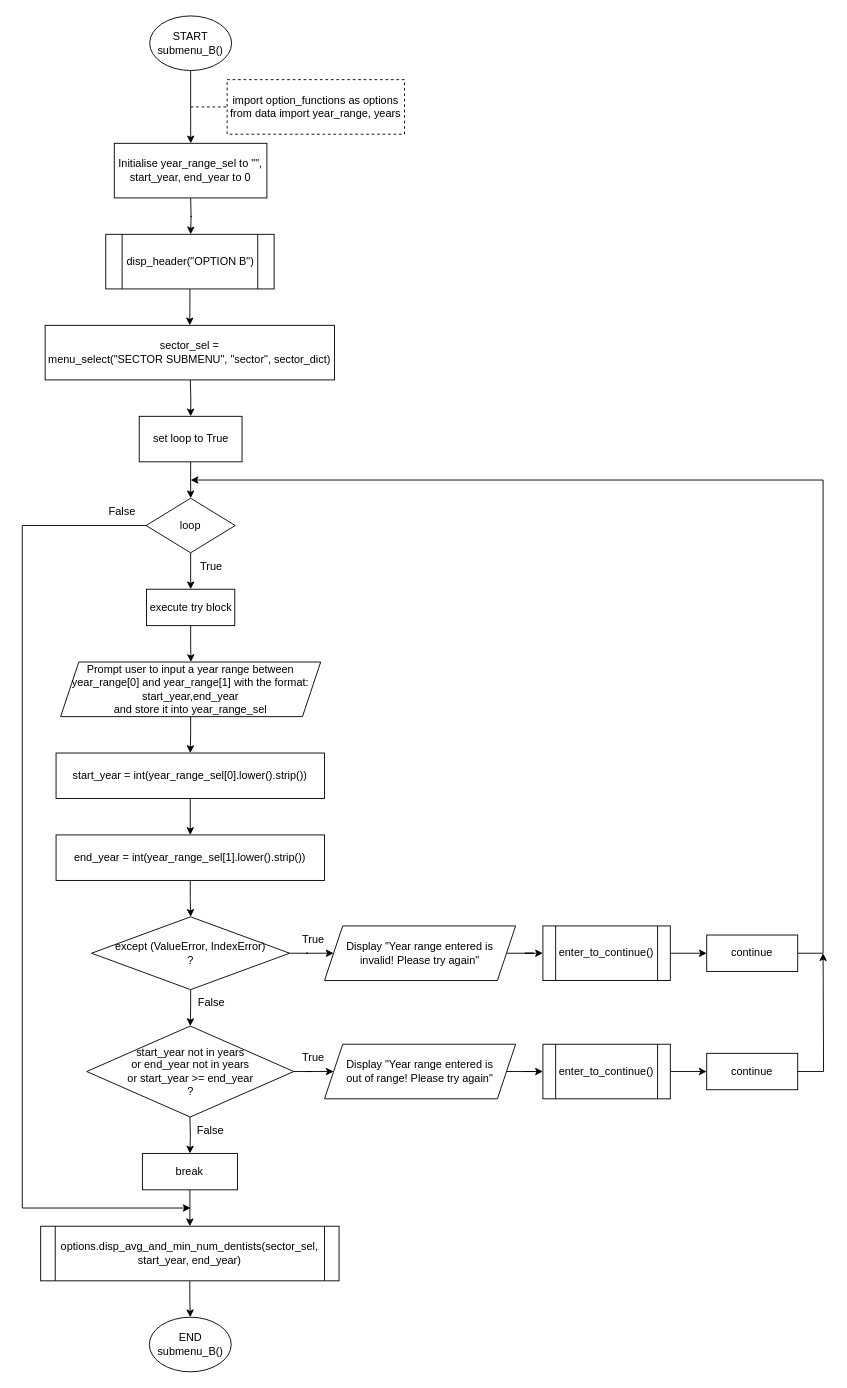
Before: Flow Charts/submenu_B.drawio in SNGTech/CPPSProject, a draw.io diagram. Source tidied: cells renumbered, new cells numbered last; positions are measured from the earlier drawing's top-left corner, leaving out a move shared by most shapes. Both pictures are drawn from the tidied source at 91%, with x=0, y=0 at pixel (22, 15).
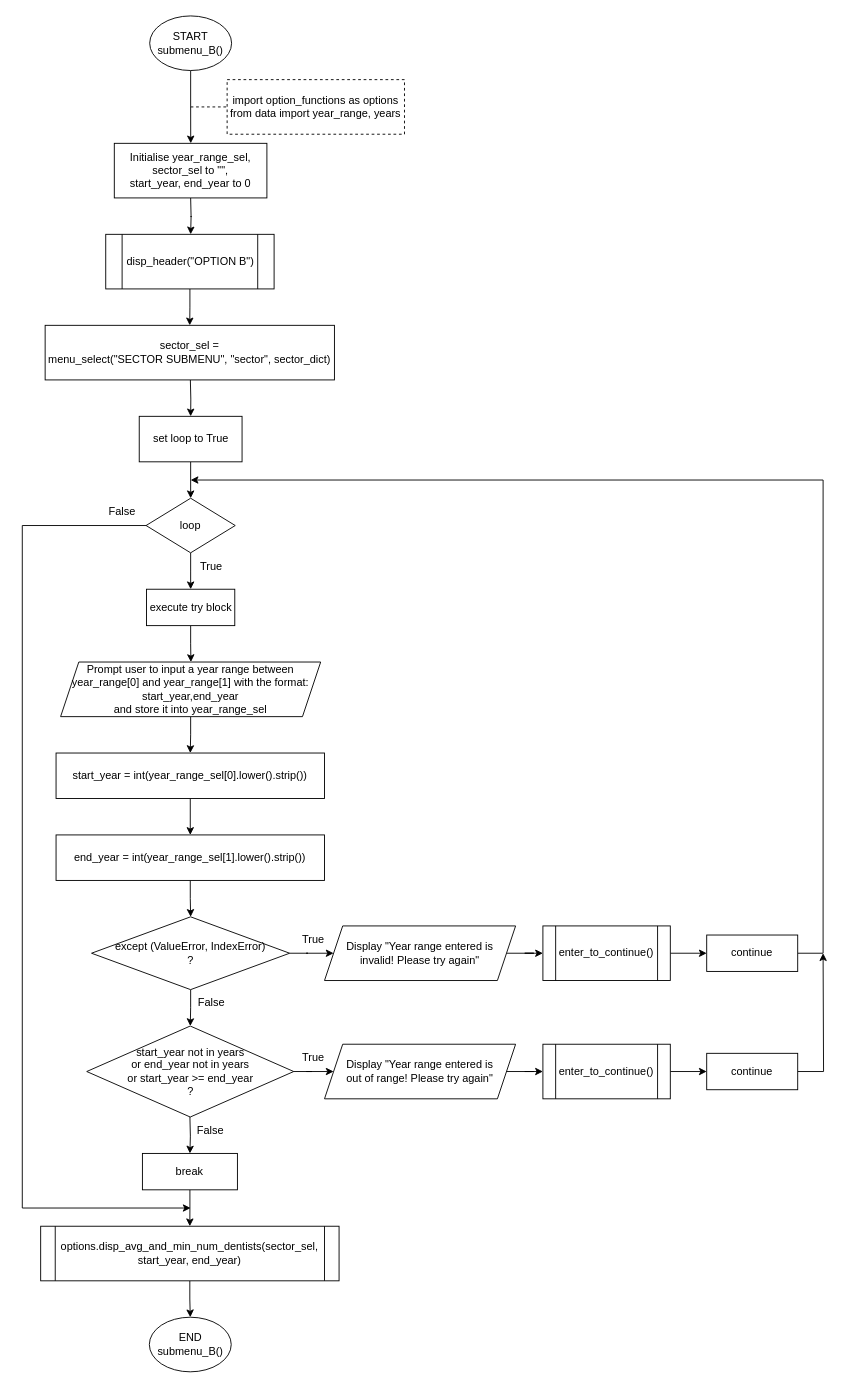
The same diagram, later.

What changed in the source:
```diff
@@
-    <mxCell id="50" value="Initialise year_range_sel to &quot;&quot;, &lt;br&gt;start_year, end_year to 0" style="rounded=0;whiteSpace=wrap;html=1;" parent="1" vertex="1">
+    <mxCell id="50" value="Initialise year_range_sel, sector_sel to &quot;&quot;, &lt;br&gt;start_year, end_year to 0" style="rounded=0;whiteSpace=wrap;html=1;" parent="1" vertex="1">
       <mxGeometry x="101.1" y="140" width="167.7" height="60" as="geometry" />
     </mxCell>
```
